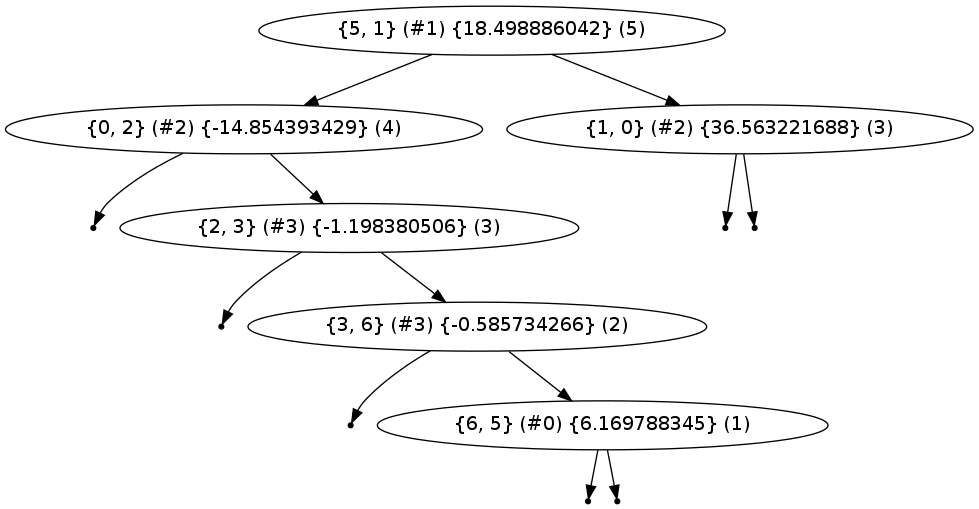
Earlier version of the Graphviz export Voronoi_Diagrams/graph.png (cerdogan/Job). Its source is kept beside it as Voronoi_Diagrams/graph.dot.
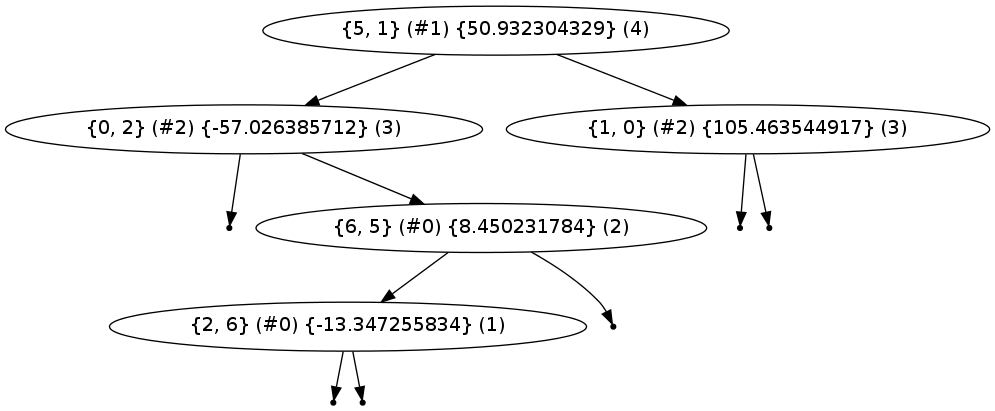
The same file after the commit.

Commit message:
Progression of beach line seem to work. Next: Maintain the data structure that describes the diagram.

Diff of the diagram source:
```diff
@@ -1,23 +1,20 @@
 digraph {
 graph [ordering="out"]
-"{5, 1} (#1) {18.498886042} (5)"
-"{5, 1} (#1) {18.498886042} (5)" -> "{0, 2} (#2) {-14.854393429} (4)"
-"null{0, 2} (#2) {-14.854393429}-0" [shape=point];
-"{0, 2} (#2) {-14.854393429} (4)" -> "null{0, 2} (#2) {-14.854393429}-0";
-"{0, 2} (#2) {-14.854393429} (4)" -> "{2, 3} (#3) {-1.198380506} (3)"
-"null{2, 3} (#3) {-1.198380506}-0" [shape=point];
-"{2, 3} (#3) {-1.198380506} (3)" -> "null{2, 3} (#3) {-1.198380506}-0";
-"{2, 3} (#3) {-1.198380506} (3)" -> "{3, 6} (#3) {-0.585734266} (2)"
-"null{3, 6} (#3) {-0.585734266}-0" [shape=point];
-"{3, 6} (#3) {-0.585734266} (2)" -> "null{3, 6} (#3) {-0.585734266}-0";
-"{3, 6} (#3) {-0.585734266} (2)" -> "{6, 5} (#0) {6.169788345} (1)"
-"null{6, 5} (#0) {6.169788345}-0" [shape=point];
-"{6, 5} (#0) {6.169788345} (1)" -> "null{6, 5} (#0) {6.169788345}-0";
-"null{6, 5} (#0) {6.169788345}-1" [shape=point];
-"{6, 5} (#0) {6.169788345} (1)" -> "null{6, 5} (#0) {6.169788345}-1";
-"{5, 1} (#1) {18.498886042} (5)" -> "{1, 0} (#2) {36.563221688} (3)"
-"null{1, 0} (#2) {36.563221688}-0" [shape=point];
-"{1, 0} (#2) {36.563221688} (3)" -> "null{1, 0} (#2) {36.563221688}-0";
-"null{1, 0} (#2) {36.563221688}-1" [shape=point];
-"{1, 0} (#2) {36.563221688} (3)" -> "null{1, 0} (#2) {36.563221688}-1";
+"{5, 1} (#1) {50.932304329} (4)"
+"{5, 1} (#1) {50.932304329} (4)" -> "{0, 2} (#2) {-57.026385712} (3)"
+"null{0, 2} (#2) {-57.026385712}-0" [shape=point];
+"{0, 2} (#2) {-57.026385712} (3)" -> "null{0, 2} (#2) {-57.026385712}-0";
+"{0, 2} (#2) {-57.026385712} (3)" -> "{6, 5} (#0) {8.450231784} (2)"
+"{6, 5} (#0) {8.450231784} (2)" -> "{2, 6} (#0) {-13.347255834} (1)"
+"null{2, 6} (#0) {-13.347255834}-0" [shape=point];
+"{2, 6} (#0) {-13.347255834} (1)" -> "null{2, 6} (#0) {-13.347255834}-0";
+"null{2, 6} (#0) {-13.347255834}-1" [shape=point];
+"{2, 6} (#0) {-13.347255834} (1)" -> "null{2, 6} (#0) {-13.347255834}-1";
+"null{6, 5} (#0) {8.450231784}-1" [shape=point];
+"{6, 5} (#0) {8.450231784} (2)" -> "null{6, 5} (#0) {8.450231784}-1";
+"{5, 1} (#1) {50.932304329} (4)" -> "{1, 0} (#2) {105.463544917} (3)"
+"null{1, 0} (#2) {105.463544917}-0" [shape=point];
+"{1, 0} (#2) {105.463544917} (3)" -> "null{1, 0} (#2) {105.463544917}-0";
+"null{1, 0} (#2) {105.463544917}-1" [shape=point];
+"{1, 0} (#2) {105.463544917} (3)" -> "null{1, 0} (#2) {105.463544917}-1";
 }
```
